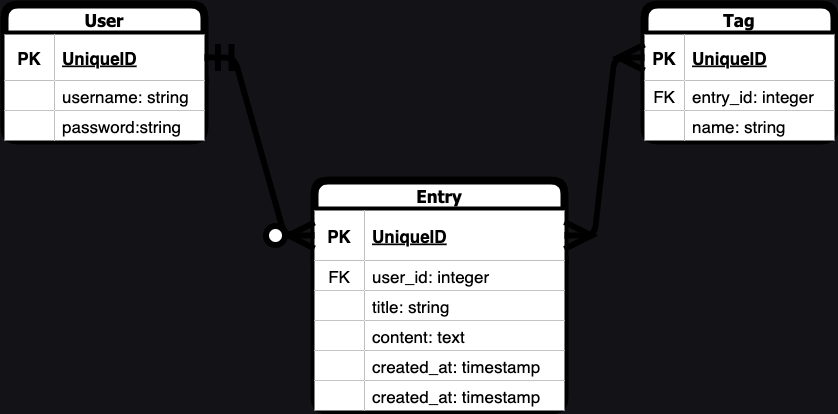
Above: ERD.drawio.png in juanedcabrera/project-2 (draw.io), before the change. Source tidied: cells renumbered, new cells last; positions are measured from the earlier drawing's top-left corner, leaving out a move shared by most shapes.
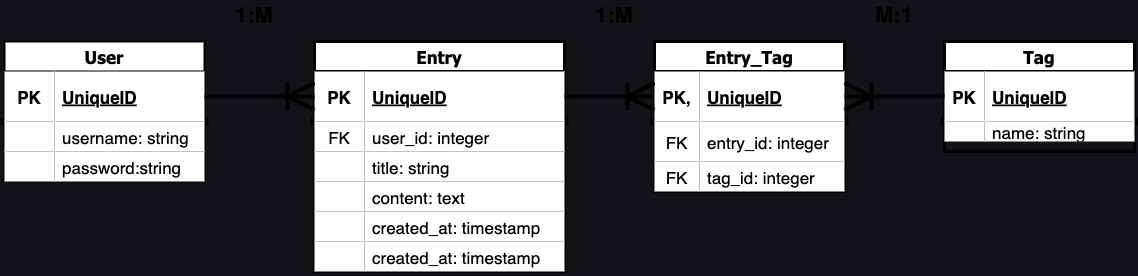
The same diagram one commit later.

Change to the diagram source:
```diff
@@ -2,20 +2,20 @@
   <root>
     <mxCell id="0" />
     <mxCell id="1" parent="0" />
-    <mxCell id="2" value="User" style="shape=table;startSize=30;rowLines=0;fontStyle=1;align=center;rounded=1;glass=0;strokeWidth=8;fontFamily=Tahoma;fontSize=17;flipV=0;flipH=0;direction=east;" parent="1" vertex="1">
-      <mxGeometry width="200" height="136" as="geometry" />
+    <mxCell id="2" value="User" style="shape=table;startSize=30;rowLines=0;fontStyle=1;align=center;rounded=0;glass=0;strokeWidth=2;fontFamily=Tahoma;fontSize=17;flipV=0;flipH=0;direction=east;" parent="1" vertex="1">
+      <mxGeometry x="100" y="46" width="200" height="140" as="geometry" />
     </mxCell>
     <mxCell id="3" style="shape=tableRow;horizontal=0;startSize=0;swimlaneHead=0;swimlaneBody=0;fillColor=none;points=[[0,0.5],[1,0.5]];portConstraint=eastwest;top=0;left=0;right=0;bottom=1;rounded=1;glass=0;strokeWidth=8;fontSize=17;" parent="2" vertex="1">
-      <mxGeometry y="30" width="200" height="46" as="geometry" />
+      <mxGeometry y="30" width="200" height="50" as="geometry" />
     </mxCell>
     <mxCell id="4" value="PK" style="shape=partialRectangle;fillColor=default;top=0;left=0;bottom=0;right=0;fontStyle=1;overflow=hidden;rounded=1;glass=0;strokeWidth=8;fontSize=17;flipH=0;flipV=0;" parent="3" vertex="1">
-      <mxGeometry width="50" height="46" as="geometry" />
+      <mxGeometry width="50" height="50" as="geometry" />
     </mxCell>
     <mxCell id="5" value="UniqueID" style="shape=partialRectangle;fillColor=default;top=0;left=0;bottom=0;right=0;align=left;spacingLeft=6;fontStyle=5;overflow=hidden;rounded=1;glass=0;strokeWidth=8;fontSize=17;" parent="3" vertex="1">
-      <mxGeometry x="50" width="150" height="46" as="geometry" />
+      <mxGeometry x="50" width="150" height="50" as="geometry" />
     </mxCell>
     <mxCell id="6" style="shape=tableRow;horizontal=0;startSize=0;swimlaneHead=0;swimlaneBody=0;fillColor=none;top=0;left=0;right=0;bottom=0;rounded=1;glass=0;strokeWidth=8;fontSize=17;" parent="2" vertex="1">
-      <mxGeometry y="76" width="200" height="30" as="geometry" />
+      <mxGeometry y="80" width="200" height="30" as="geometry" />
     </mxCell>
     <mxCell id="7" style="shape=partialRectangle;fillColor=default;top=0;left=0;bottom=0;right=0;overflow=hidden;rounded=1;glass=0;strokeWidth=8;fontSize=17;flipH=0;flipV=0;" parent="6" vertex="1">
       <mxGeometry width="50" height="30" as="geometry" />
@@ -24,7 +24,7 @@
       <mxGeometry x="50" width="150" height="30" as="geometry" />
     </mxCell>
     <mxCell id="9" style="shape=tableRow;horizontal=0;startSize=0;swimlaneHead=0;swimlaneBody=0;fillColor=none;top=0;left=0;right=0;bottom=0;rounded=1;glass=0;strokeWidth=8;fontSize=17;" parent="2" vertex="1">
-      <mxGeometry y="106" width="200" height="30" as="geometry" />
+      <mxGeometry y="110" width="200" height="30" as="geometry" />
     </mxCell>
     <mxCell id="10" style="shape=partialRectangle;fillColor=default;top=0;left=0;bottom=0;right=0;overflow=hidden;rounded=1;glass=0;strokeWidth=8;fontSize=17;flipH=0;flipV=0;" parent="9" vertex="1">
       <mxGeometry width="50" height="30" as="geometry" />
@@ -32,8 +32,8 @@
     <mxCell id="11" value="password:string" style="shape=partialRectangle;fillColor=default;top=0;left=0;bottom=0;right=0;align=left;spacingLeft=6;overflow=hidden;rounded=1;glass=0;strokeWidth=8;fontSize=17;" parent="9" vertex="1">
       <mxGeometry x="50" width="150" height="30" as="geometry" />
     </mxCell>
-    <mxCell id="12" value="Entry" style="shape=table;startSize=30;rowLines=0;fontStyle=1;align=center;rounded=1;glass=0;strokeWidth=8;fontFamily=Tahoma;fontSize=17;flipH=0;flipV=0;direction=east;" parent="1" vertex="1">
-      <mxGeometry x="310" y="176" width="250" height="230" as="geometry" />
+    <mxCell id="12" value="Entry" style="shape=table;startSize=30;rowLines=0;fontStyle=1;align=center;rounded=0;glass=0;strokeWidth=3;fontFamily=Tahoma;fontSize=17;flipH=0;flipV=0;direction=east;" parent="1" vertex="1">
+      <mxGeometry x="410" y="46" width="250" height="230" as="geometry" />
     </mxCell>
     <mxCell id="13" style="shape=tableRow;horizontal=0;startSize=0;swimlaneHead=0;swimlaneBody=0;fillColor=none;points=[[0,0.5],[1,0.5]];portConstraint=eastwest;top=0;left=0;right=0;bottom=1;rounded=1;glass=0;strokeWidth=8;fontSize=17;" parent="12" vertex="1">
       <mxGeometry y="30" width="250" height="50" as="geometry" />
@@ -89,40 +89,73 @@
     <mxCell id="30" value="created_at: timestamp" style="shape=partialRectangle;fillColor=default;top=0;left=0;bottom=0;right=0;align=left;spacingLeft=6;overflow=hidden;rounded=1;glass=0;strokeWidth=8;fontSize=17;" parent="28" vertex="1">
       <mxGeometry x="50" width="200" height="30" as="geometry" />
     </mxCell>
-    <mxCell id="31" value="Tag" style="shape=table;startSize=30;rowLines=0;fontStyle=1;align=center;rounded=1;glass=0;strokeWidth=8;fontFamily=Tahoma;fontSize=17;flipV=0;flipH=0;direction=east;" parent="1" vertex="1">
-      <mxGeometry x="640" width="190" height="136" as="geometry" />
+    <mxCell id="31" value="Tag" style="shape=table;startSize=30;rowLines=0;fontStyle=1;align=center;rounded=0;glass=0;strokeWidth=3;fontFamily=Tahoma;fontSize=17;flipV=0;flipH=0;direction=east;" parent="1" vertex="1">
+      <mxGeometry x="1040" y="46" width="190" height="110" as="geometry" />
     </mxCell>
     <mxCell id="32" style="shape=tableRow;horizontal=0;startSize=0;swimlaneHead=0;swimlaneBody=0;fillColor=none;points=[[0,0.5],[1,0.5]];portConstraint=eastwest;top=0;left=0;right=0;bottom=1;rounded=1;glass=0;strokeWidth=8;fontSize=17;" parent="31" vertex="1">
-      <mxGeometry y="30" width="190" height="46" as="geometry" />
+      <mxGeometry y="30" width="190" height="50" as="geometry" />
     </mxCell>
     <mxCell id="33" value="PK" style="shape=partialRectangle;fillColor=default;top=0;left=0;bottom=0;right=0;fontStyle=1;overflow=hidden;rounded=1;glass=0;strokeWidth=8;fontSize=17;" parent="32" vertex="1">
-      <mxGeometry width="40" height="46" as="geometry" />
+      <mxGeometry width="40" height="50" as="geometry" />
     </mxCell>
     <mxCell id="34" value="UniqueID" style="shape=partialRectangle;fillColor=default;top=0;left=0;bottom=0;right=0;align=left;spacingLeft=6;fontStyle=5;overflow=hidden;rounded=1;glass=0;strokeWidth=8;fontSize=17;flipH=0;flipV=0;" parent="32" vertex="1">
-      <mxGeometry x="40" width="150" height="46" as="geometry" />
+      <mxGeometry x="40" width="150" height="50" as="geometry" />
     </mxCell>
     <mxCell id="35" style="shape=tableRow;horizontal=0;startSize=0;swimlaneHead=0;swimlaneBody=0;fillColor=none;top=0;left=0;right=0;bottom=0;rounded=1;glass=0;strokeWidth=8;fontSize=17;" parent="31" vertex="1">
-      <mxGeometry y="76" width="190" height="30" as="geometry" />
+      <mxGeometry y="80" width="190" height="20" as="geometry" />
     </mxCell>
-    <mxCell id="36" value="FK" style="shape=partialRectangle;fillColor=default;top=0;left=0;bottom=0;right=0;overflow=hidden;rounded=1;glass=0;strokeWidth=8;fontSize=17;" parent="35" vertex="1">
-      <mxGeometry width="40" height="30" as="geometry" />
+    <mxCell id="36" style="shape=partialRectangle;fillColor=default;top=0;left=0;bottom=0;right=0;overflow=hidden;rounded=1;glass=0;strokeWidth=8;fontSize=17;" parent="35" vertex="1">
+      <mxGeometry width="40" height="20" as="geometry" />
     </mxCell>
-    <mxCell id="37" value="entry_id: integer" style="shape=partialRectangle;fillColor=default;top=0;left=0;bottom=0;right=0;align=left;spacingLeft=6;overflow=hidden;rounded=1;glass=0;strokeWidth=8;fontSize=17;flipH=0;flipV=0;" parent="35" vertex="1">
-      <mxGeometry x="40" width="150" height="30" as="geometry" />
+    <mxCell id="37" value="name: string" style="shape=partialRectangle;fillColor=default;top=0;left=0;bottom=0;right=0;align=left;spacingLeft=6;overflow=hidden;rounded=1;glass=0;strokeWidth=8;fontSize=17;flipH=0;flipV=0;" parent="35" vertex="1">
+      <mxGeometry x="40" width="150" height="20" as="geometry" />
     </mxCell>
-    <mxCell id="38" style="shape=tableRow;horizontal=0;startSize=0;swimlaneHead=0;swimlaneBody=0;fillColor=none;top=0;left=0;right=0;bottom=0;rounded=1;glass=0;strokeWidth=8;fontSize=17;" parent="31" vertex="1">
-      <mxGeometry y="106" width="190" height="30" as="geometry" />
-    </mxCell>
-    <mxCell id="39" style="shape=partialRectangle;fillColor=default;top=0;left=0;bottom=0;right=0;overflow=hidden;rounded=1;glass=0;strokeWidth=8;fontSize=17;" parent="38" vertex="1">
-      <mxGeometry width="40" height="30" as="geometry" />
-    </mxCell>
-    <mxCell id="40" value="name: string" style="shape=partialRectangle;fillColor=default;top=0;left=0;bottom=0;right=0;align=left;spacingLeft=6;overflow=hidden;rounded=1;glass=0;strokeWidth=8;fontSize=17;flipH=0;flipV=0;" parent="38" vertex="1">
-      <mxGeometry x="40" width="150" height="30" as="geometry" />
-    </mxCell>
-    <mxCell id="41" style="edgeStyle=entityRelationEdgeStyle;fontSize=17;html=1;endArrow=ERmany;startArrow=ERmany;strokeWidth=6;startSize=20;endSize=19;exitX=1;exitY=0.5;exitDx=0;exitDy=0;entryX=0;entryY=0.5;entryDx=0;entryDy=0;" parent="1" edge="1" source="13" target="32">
-      <mxGeometry relative="1" as="geometry" />
-    </mxCell>
+    <mxCell id="43" value="Entry_Tag" style="shape=table;startSize=30;rowLines=0;fontStyle=1;align=center;rounded=0;glass=0;strokeWidth=3;fontFamily=Tahoma;fontSize=17;flipV=0;flipH=0;direction=east;" parent="1" vertex="1">
+      <mxGeometry x="750" y="46" width="190" height="150" as="geometry" />
+    </mxCell>
+    <mxCell id="44" style="shape=tableRow;horizontal=0;startSize=0;swimlaneHead=0;swimlaneBody=0;fillColor=none;points=[[0,0.5],[1,0.5]];portConstraint=eastwest;top=0;left=0;right=0;bottom=1;rounded=1;glass=0;strokeWidth=8;fontSize=17;" parent="43" vertex="1">
+      <mxGeometry y="30" width="190" height="50" as="geometry" />
+    </mxCell>
+    <mxCell id="45" value="PK," style="shape=partialRectangle;fillColor=default;top=0;left=0;bottom=0;right=0;fontStyle=1;overflow=hidden;rounded=1;glass=0;strokeWidth=8;fontSize=17;" parent="44" vertex="1">
+      <mxGeometry width="45" height="50" as="geometry" />
+    </mxCell>
+    <mxCell id="46" value="UniqueID" style="shape=partialRectangle;fillColor=default;top=0;left=0;bottom=0;right=0;align=left;spacingLeft=6;fontStyle=5;overflow=hidden;rounded=1;glass=0;strokeWidth=8;fontSize=17;flipH=0;flipV=0;" parent="44" vertex="1">
+      <mxGeometry x="45" width="145" height="50" as="geometry" />
+    </mxCell>
+    <mxCell id="47" style="shape=tableRow;horizontal=0;startSize=0;swimlaneHead=0;swimlaneBody=0;fillColor=none;top=0;left=0;right=0;bottom=0;rounded=1;glass=0;strokeWidth=8;fontSize=17;" parent="43" vertex="1">
+      <mxGeometry y="80" width="190" height="40" as="geometry" />
+    </mxCell>
+    <mxCell id="48" value="FK" style="shape=partialRectangle;fillColor=default;top=0;left=0;bottom=0;right=0;overflow=hidden;rounded=1;glass=0;strokeWidth=8;fontSize=17;" parent="47" vertex="1">
+      <mxGeometry width="45" height="40" as="geometry" />
+    </mxCell>
+    <mxCell id="49" value="entry_id: integer" style="shape=partialRectangle;fillColor=default;top=0;left=0;bottom=0;right=0;align=left;spacingLeft=6;overflow=hidden;rounded=1;glass=0;strokeWidth=8;fontSize=17;flipH=0;flipV=0;" parent="47" vertex="1">
+      <mxGeometry x="45" width="145" height="40" as="geometry" />
+    </mxCell>
+    <mxCell id="50" style="shape=tableRow;horizontal=0;startSize=0;swimlaneHead=0;swimlaneBody=0;fillColor=none;top=0;left=0;right=0;bottom=0;rounded=1;glass=0;strokeWidth=8;fontSize=17;" parent="43" vertex="1">
+      <mxGeometry y="120" width="190" height="30" as="geometry" />
+    </mxCell>
+    <mxCell id="51" value="FK" style="shape=partialRectangle;fillColor=default;top=0;left=0;bottom=0;right=0;overflow=hidden;rounded=1;glass=0;strokeWidth=8;fontSize=17;" parent="50" vertex="1">
+      <mxGeometry width="45" height="30" as="geometry" />
+    </mxCell>
+    <mxCell id="52" value="tag_id: integer" style="shape=partialRectangle;fillColor=default;top=0;left=0;bottom=0;right=0;align=left;spacingLeft=6;overflow=hidden;rounded=1;glass=0;strokeWidth=8;fontSize=17;flipH=0;flipV=0;" parent="50" vertex="1">
+      <mxGeometry x="45" width="145" height="30" as="geometry" />
+    </mxCell>
+    <mxCell id="53" style="edgeStyle=entityRelationEdgeStyle;fontSize=12;html=1;endArrow=ERoneToMany;exitX=1;exitY=0.5;exitDx=0;exitDy=0;strokeWidth=4;entryX=0;entryY=0.5;entryDx=0;entryDy=0;endSize=22;startSize=10;" parent="1" edge="1" source="13" target="44">
+      <mxGeometry relative="1" as="geometry" />
+    </mxCell>
+    <mxCell id="54" style="edgeStyle=entityRelationEdgeStyle;fontSize=12;html=1;endArrow=ERoneToMany;strokeWidth=4;exitX=0;exitY=0.5;exitDx=0;exitDy=0;entryX=1;entryY=0.5;entryDx=0;entryDy=0;endSize=22;startSize=10;" parent="1" edge="1" source="32" target="44">
+      <mxGeometry relative="1" as="geometry" />
+    </mxCell>
+    <mxCell id="55" value="&lt;font style=&quot;font-size: 22px;&quot;&gt;&lt;b&gt;1:M&lt;/b&gt;&lt;/font&gt;" style="text;html=1;strokeColor=none;fillColor=none;align=center;verticalAlign=middle;whiteSpace=wrap;rounded=0;strokeWidth=3;" parent="1" vertex="1">
+      <mxGeometry x="320" y="6" width="60" height="30" as="geometry" />
+    </mxCell>
+    <mxCell id="56" value="1:M" style="text;html=1;strokeColor=none;fillColor=none;align=center;verticalAlign=middle;whiteSpace=wrap;rounded=0;strokeWidth=3;fontSize=22;fontStyle=1;" parent="1" vertex="1">
+      <mxGeometry x="680" y="6" width="60" height="30" as="geometry" />
+    </mxCell>
+    <mxCell id="57" value="M:1" style="text;html=1;strokeColor=none;fillColor=none;align=center;verticalAlign=middle;whiteSpace=wrap;rounded=0;strokeWidth=3;fontStyle=1;fontSize=22;" parent="1" vertex="1">
+      <mxGeometry x="960" y="6" width="60" height="30" as="geometry" />
+    </mxCell>
-    <mxCell id="42" style="edgeStyle=entityRelationEdgeStyle;fontSize=17;html=1;endArrow=ERzeroToMany;startArrow=ERmandOne;strokeWidth=6;startSize=20;endSize=19;entryX=0;entryY=0.5;entryDx=0;entryDy=0;exitX=1;exitY=0.5;exitDx=0;exitDy=0;" parent="1" edge="1" source="3" target="13">
+    <mxCell id="42" style="edgeStyle=entityRelationEdgeStyle;fontSize=12;html=1;endArrow=ERoneToMany;strokeWidth=4;entryX=0;entryY=0.5;entryDx=0;entryDy=0;exitX=1;exitY=0.5;exitDx=0;exitDy=0;endSize=22;targetPerimeterSpacing=0;sourcePerimeterSpacing=0;startSize=10;" parent="1" edge="1" source="3" target="13">
       <mxGeometry relative="1" as="geometry" />
     </mxCell>
   </root>
```
